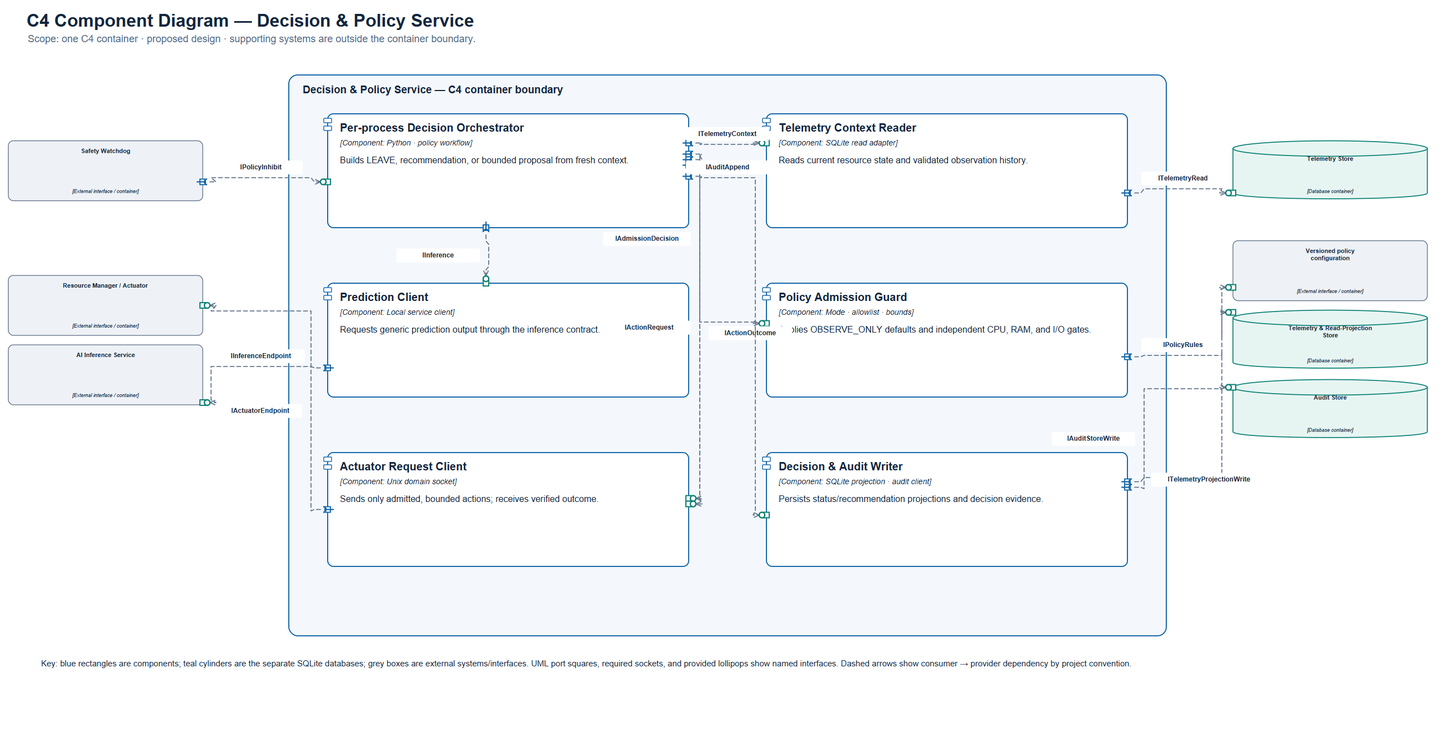
Above: documentation/architecture/c4/08_c4_decision_policy_components.png in Ammar-M-Eid/AIOS (PlantUML), before the change. Its source is kept beside it as documentation/architecture/c4/08_c4_decision_policy_components.puml.
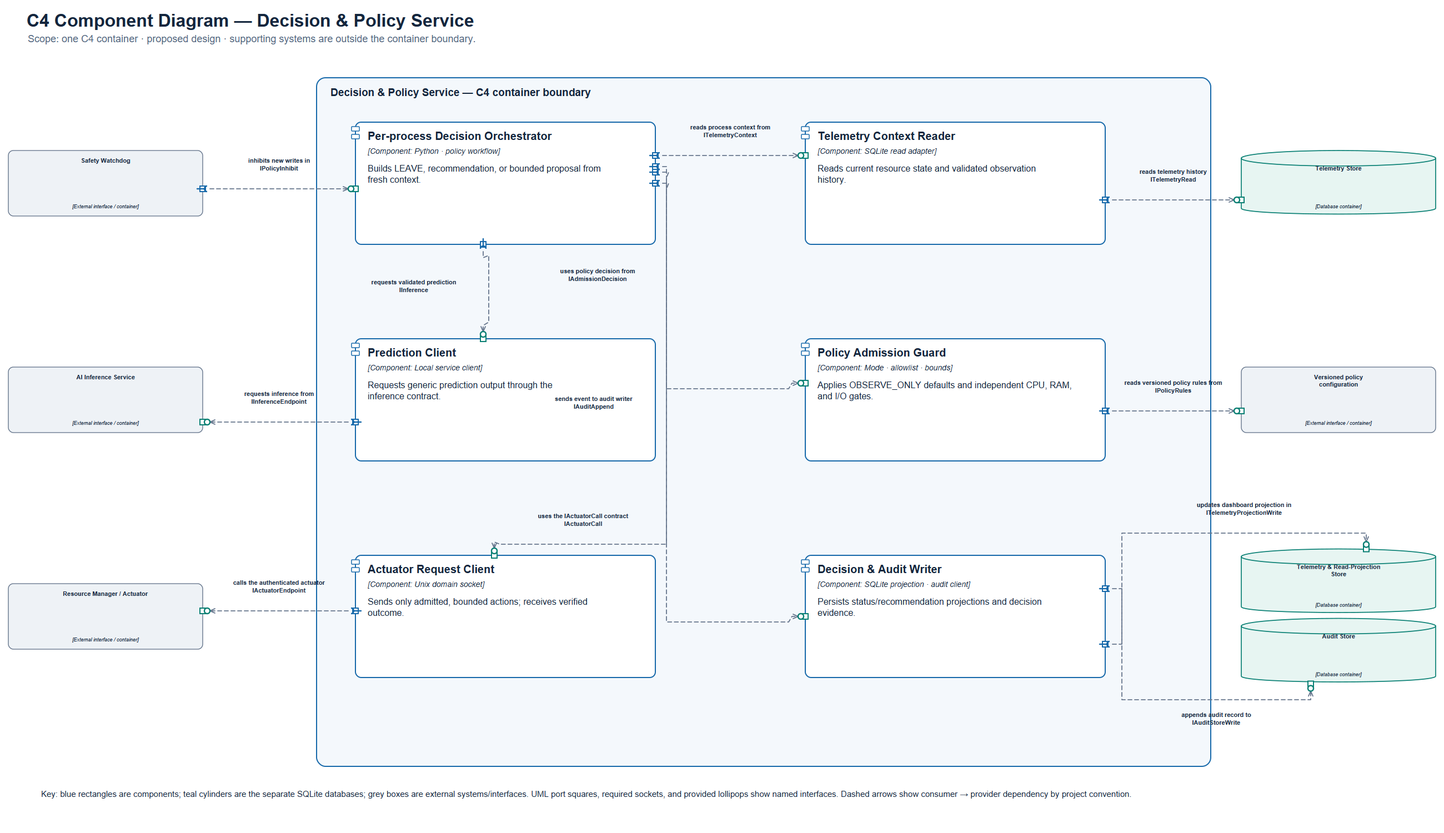
After the commit.

The edit, as a diff of the source:
```diff
@@ -19,19 +19,18 @@
 Container_Ext(S5, "AI Inference Service", "Supporting service", "Directly connected container outside the scope")
 ContainerDb_Ext(S6, "Telemetry & Read-Projection Store", "SQLite · separate local database", "Proposed persistent data store outside this scoped container")
 ContainerDb_Ext(S7, "Audit Store", "SQLite · separate local database", "Proposed persistent data store outside this scoped container")
-Rel(C1, C2, "ITelemetryContext", "Named local interface", $tags="dashed")
-Rel(C1, C3, "IInference", "Named local interface", $tags="dashed")
-Rel(C1, C4, "IAdmissionDecision", "Named local interface", $tags="dashed")
-Rel(C1, C5, "IActionRequest", "Named local interface", $tags="dashed")
-Rel(C1, C5, "IActionOutcome", "Named local interface", $tags="dashed")
-Rel(C5, S1, "IActuatorEndpoint", "Named local interface", $tags="dashed")
-Rel(C1, C6, "IAuditAppend", "Named local interface", $tags="dashed")
-Rel(S2, C1, "IPolicyInhibit", "Named local interface", $tags="dashed")
-Rel(C4, S3, "IPolicyRules", "Named local interface", $tags="dashed")
-Rel(C2, S4, "ITelemetryRead", "Named local interface", $tags="dashed")
-Rel(C3, S5, "IInferenceEndpoint", "Named local interface", $tags="dashed")
-Rel(C6, S6, "ITelemetryProjectionWrite", "Named local interface", $tags="dashed")
-Rel(C6, S7, "IAuditStoreWrite", "Named local interface", $tags="dashed")
+Rel(C1, C2, "reads process context from", "ITelemetryContext", $tags="dashed")
+Rel(C1, C3, "requests validated prediction", "IInference", $tags="dashed")
+Rel(C1, C4, "uses policy decision from", "IAdmissionDecision", $tags="dashed")
+Rel(C1, C5, "uses the IActuatorCall contract", "IActuatorCall", $tags="dashed")
+Rel(C5, S1, "calls the authenticated actuator", "IActuatorEndpoint", $tags="dashed")
+Rel(C1, C6, "sends event to audit writer", "IAuditAppend", $tags="dashed")
+Rel(S2, C1, "inhibits new writes in", "IPolicyInhibit", $tags="dashed")
+Rel(C4, S3, "reads versioned policy rules from", "IPolicyRules", $tags="dashed")
+Rel(C2, S4, "reads telemetry history", "ITelemetryRead", $tags="dashed")
+Rel(C3, S5, "requests inference from", "IInferenceEndpoint", $tags="dashed")
+Rel(C6, S6, "updates dashboard projection in", "ITelemetryProjectionWrite", $tags="dashed")
+Rel(C6, S7, "appends audit record to", "IAuditStoreWrite", $tags="dashed")
 note bottom
 This editable source uses C4 element and relationship macros. The synchronized SVG/PDF/PNG/JPG rendering adds the requested UML1 component tabs, square ports, required sockets, and provided lollipops. Dashed dependency arrows are the project convention.
 end note
```
